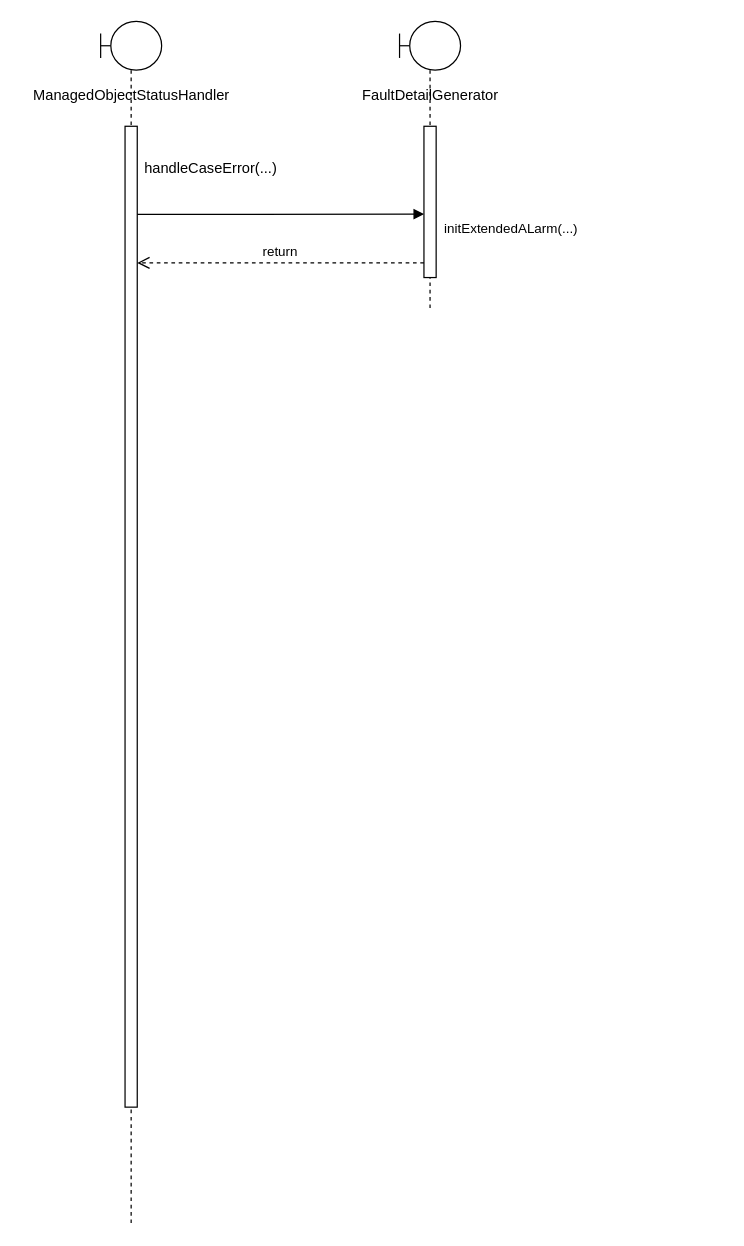
This is page "Luồng dữ liệu" (2 of 2) of change_alarm_severity.drawio from hiep1097/drawio, a draw.io file, before an edit. Source tidied: cells renumbered, new cells numbered last; positions are measured from the earlier drawing's top-left corner, leaving out a move shared by most shapes. Both pictures are drawn from the tidied source at 122%, with x=0, y=0 at pixel (21, 21).
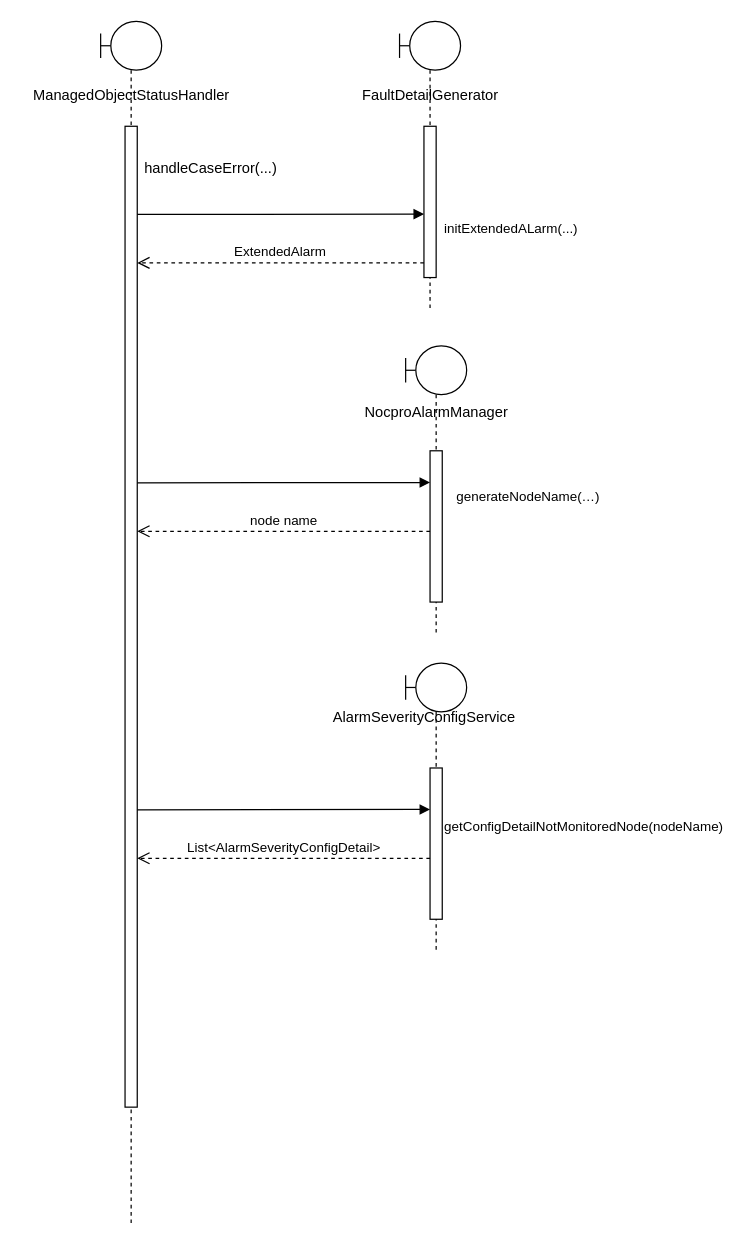
The same page after the edit.

Unchanged cells that the change refers to:
```xml
<mxCell id="3" style="html=1;points=[];perimeter=orthogonalPerimeter;outlineConnect=0;targetShapes=umlLifeline;portConstraint=eastwest;newEdgeStyle={&quot;edgeStyle&quot;:&quot;elbowEdgeStyle&quot;,&quot;elbow&quot;:&quot;vertical&quot;,&quot;curved&quot;:0,&quot;rounded&quot;:0};" parent="2" vertex="1">
  <mxGeometry x="20" y="86" width="10" height="804" as="geometry" />
</mxCell>
```

Diff of the diagram source:
```diff
@@
+    <mxCell id="12" style="shape=umlLifeline;perimeter=lifelinePerimeter;whiteSpace=wrap;html=1;newEdgeStyle={&quot;edgeStyle&quot;:&quot;elbowEdgeStyle&quot;,&quot;elbow&quot;:&quot;vertical&quot;,&quot;curved&quot;:0,&quot;rounded&quot;:0};participant=umlBoundary;size=40;" parent="1" vertex="1">
+      <mxGeometry x="315" y="266" width="50" height="236" as="geometry" />
+    </mxCell>
+    <mxCell id="13" style="html=1;points=[];perimeter=orthogonalPerimeter;outlineConnect=0;targetShapes=umlLifeline;portConstraint=eastwest;newEdgeStyle={&quot;edgeStyle&quot;:&quot;elbowEdgeStyle&quot;,&quot;elbow&quot;:&quot;vertical&quot;,&quot;curved&quot;:0,&quot;rounded&quot;:0};" parent="12" vertex="1">
+      <mxGeometry x="20" y="86" width="10" height="124" as="geometry" />
+    </mxCell>
+    <mxCell id="14" style="shape=umlLifeline;perimeter=lifelinePerimeter;whiteSpace=wrap;html=1;newEdgeStyle={&quot;edgeStyle&quot;:&quot;elbowEdgeStyle&quot;,&quot;elbow&quot;:&quot;vertical&quot;,&quot;curved&quot;:0,&quot;rounded&quot;:0};participant=umlBoundary;size=40;" parent="1" vertex="1">
+      <mxGeometry x="315" y="526" width="50" height="236" as="geometry" />
+    </mxCell>
+    <mxCell id="15" style="html=1;perimeter=orthogonalPerimeter;targetShapes=umlLifeline;newEdgeStyle={&quot;edgeStyle&quot;:&quot;elbowEdgeStyle&quot;,&quot;elbow&quot;:&quot;vertical&quot;,&quot;curved&quot;:0,&quot;rounded&quot;:0};" parent="14" vertex="1">
+      <mxGeometry x="20" y="86" width="10" height="124" as="geometry" />
+    </mxCell>
@@
+    <mxCell id="16" value="AlarmSeverityConfigService" style="text;html=1;align=center;verticalAlign=middle;strokeColor=none;fillColor=none;fontSize=12;" parent="1" vertex="1">
+      <mxGeometry x="245" y="556" width="170" height="30" as="geometry" />
+    </mxCell>
+    <mxCell id="17" value="NocproAlarmManager" style="text;html=1;align=center;verticalAlign=middle;strokeColor=none;fillColor=none;" parent="1" vertex="1">
+      <mxGeometry x="270" y="306" width="140" height="30" as="geometry" />
+    </mxCell>
@@
+    <mxCell id="18" style="html=1;verticalAlign=bottom;endArrow=block;edgeStyle=elbowEdgeStyle;elbow=vertical;curved=0;rounded=0;" parent="1" edge="1" target="13">
+      <mxGeometry relative="1" as="geometry">
+        <mxPoint x="95" y="378.3" as="sourcePoint" />
+      </mxGeometry>
+    </mxCell>
+    <mxCell id="19" style="html=1;verticalAlign=bottom;endArrow=block;edgeStyle=elbowEdgeStyle;elbow=vertical;curved=0;rounded=0;" parent="1" edge="1">
+      <mxGeometry relative="1" as="geometry">
+        <mxPoint x="95" y="646.3" as="sourcePoint" />
+        <mxPoint x="335" y="646" as="targetPoint" />
+      </mxGeometry>
+    </mxCell>
@@
+    <mxCell id="20" value="&lt;span style=&quot;color: rgb(0, 0, 0); font-family: Helvetica; font-size: 11px; font-style: normal; font-variant-ligatures: normal; font-variant-caps: normal; font-weight: 400; letter-spacing: normal; orphans: 2; text-align: left; text-indent: 0px; text-transform: none; widows: 2; word-spacing: 0px; -webkit-text-stroke-width: 0px; background-color: rgb(255, 255, 255); text-decoration-thickness: initial; text-decoration-style: initial; text-decoration-color: initial; float: none; display: inline !important;&quot;&gt;generateNodeName(…)&lt;/span&gt;" style="text;whiteSpace=wrap;html=1;" parent="1" vertex="1">
+      <mxGeometry x="355" y="376" width="140" height="40" as="geometry" />
+    </mxCell>
+    <mxCell id="21" value="&lt;span style=&quot;color: rgb(0, 0, 0); font-family: Helvetica; font-size: 11px; font-style: normal; font-variant-ligatures: normal; font-variant-caps: normal; font-weight: 400; letter-spacing: normal; orphans: 2; text-align: left; text-indent: 0px; text-transform: none; widows: 2; word-spacing: 0px; -webkit-text-stroke-width: 0px; background-color: rgb(255, 255, 255); text-decoration-thickness: initial; text-decoration-style: initial; text-decoration-color: initial; float: none; display: inline !important;&quot;&gt;getConfigDetailNotMonitoredNode(nodeName)&lt;/span&gt;" style="text;whiteSpace=wrap;html=1;" parent="1" vertex="1">
+      <mxGeometry x="345" y="646" width="140" height="40" as="geometry" />
+    </mxCell>
-    <mxCell id="11" value="return" style="html=1;verticalAlign=bottom;endArrow=open;dashed=1;endSize=8;edgeStyle=elbowEdgeStyle;elbow=vertical;curved=0;rounded=0;" parent="1" edge="1">
+    <mxCell id="11" value="ExtendedAlarm" style="html=1;verticalAlign=bottom;endArrow=open;dashed=1;endSize=8;edgeStyle=elbowEdgeStyle;elbow=vertical;curved=0;rounded=0;" parent="1" edge="1" target="3">
       <mxGeometry relative="1" as="geometry">
         <mxPoint x="330" y="198" as="sourcePoint" />
-        <mxPoint x="95" y="198" as="targetPoint" />
       </mxGeometry>
     </mxCell>
+    <mxCell id="22" value="node name" style="html=1;verticalAlign=bottom;endArrow=open;dashed=1;endSize=8;edgeStyle=elbowEdgeStyle;elbow=vertical;curved=0;rounded=0;" parent="1" edge="1" source="13">
+      <mxGeometry relative="1" as="geometry">
+        <mxPoint x="95" y="418" as="targetPoint" />
+      </mxGeometry>
+    </mxCell>
+    <mxCell id="23" value="List&amp;lt;AlarmSeverityConfigDetail&amp;gt;" style="html=1;verticalAlign=bottom;endArrow=open;dashed=1;endSize=8;edgeStyle=elbowEdgeStyle;elbow=vertical;curved=0;rounded=0;" parent="1" edge="1">
+      <mxGeometry relative="1" as="geometry">
+        <mxPoint x="335" y="686" as="sourcePoint" />
+        <mxPoint x="95" y="686" as="targetPoint" />
+      </mxGeometry>
+    </mxCell>
```
